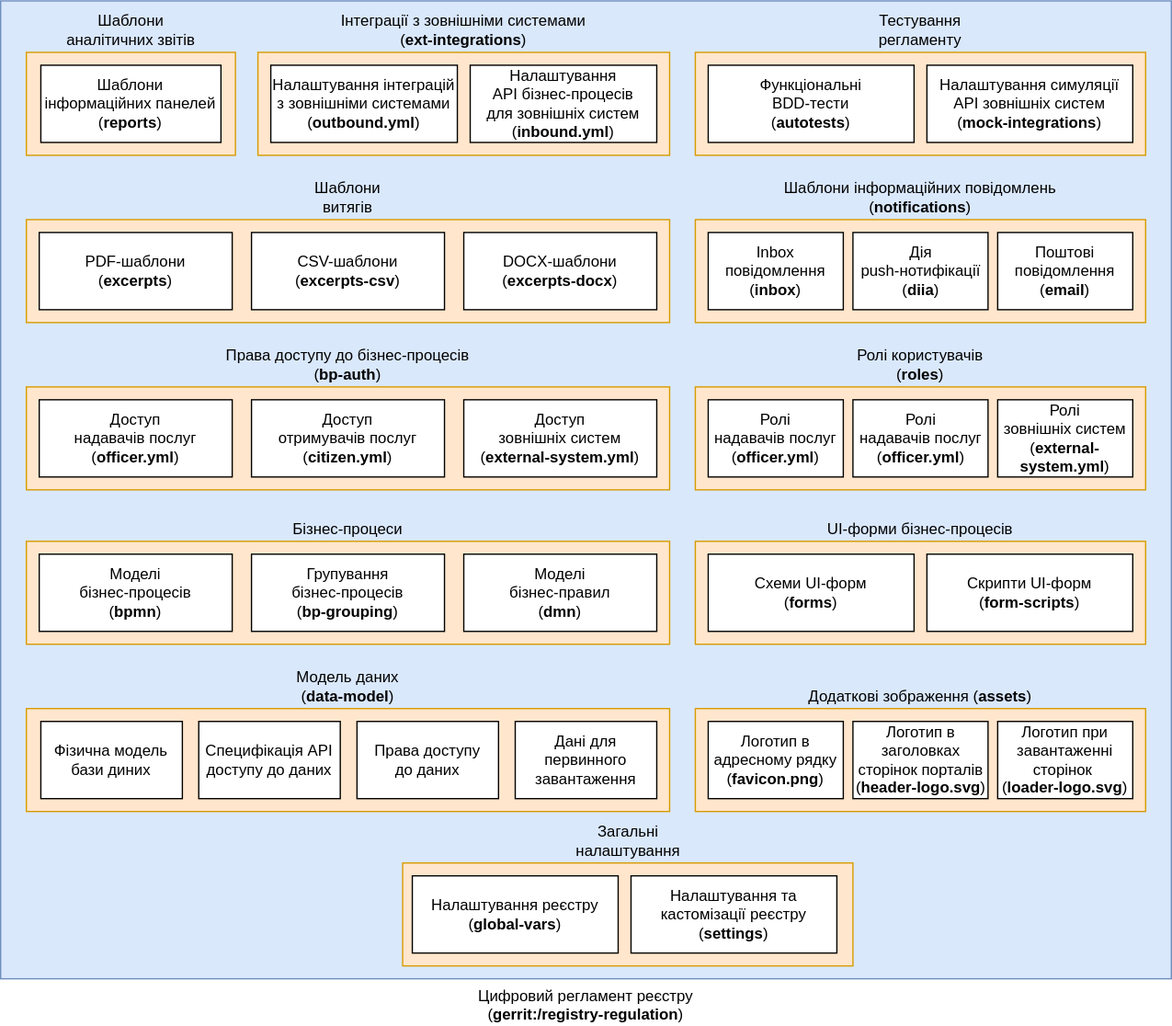
Earlier version of the draw.io export docs/ua/modules/arch/images/architecture/registry/administrative/regulation-management/registry-regulation/regulation-structure.svg (epam/edp-ddm-architecture). Source tidied: cells renumbered, new cells last; positions are measured from the earlier drawing's top-left corner, leaving out a move shared by most shapes.
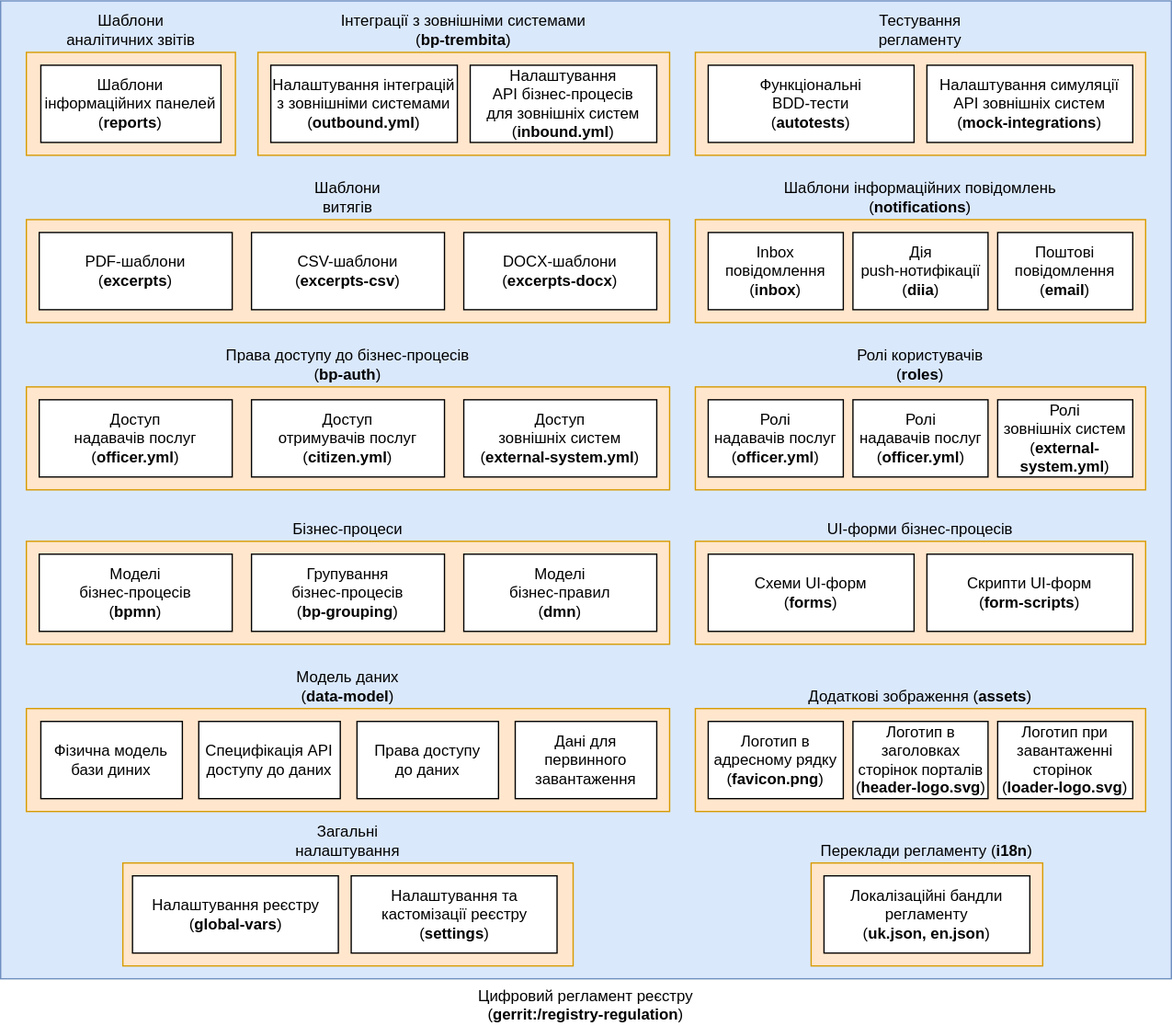
After the change.

Commit message:
[EDP-DDM-31281] Update registry regulation architecture documentation with registry-regulations localization

Diff of the diagram source:
```diff
@@ -8,9 +8,6 @@
     <mxCell id="3" value="Тестування &lt;br&gt;регламенту" style="rounded=0;whiteSpace=wrap;html=1;labelPosition=center;verticalLabelPosition=top;align=center;verticalAlign=bottom;fillColor=#ffe6cc;strokeColor=#d79b00;" parent="1" vertex="1">
       <mxGeometry x="540" y="40" width="350" height="80" as="geometry" />
     </mxCell>
-    <mxCell id="4" value="Додаткові зображення (&lt;b&gt;assets&lt;/b&gt;)" style="rounded=0;whiteSpace=wrap;html=1;labelPosition=center;verticalLabelPosition=top;align=center;verticalAlign=bottom;fillColor=#ffe6cc;strokeColor=#d79b00;" parent="1" vertex="1">
-      <mxGeometry x="540" y="550" width="350" height="80" as="geometry" />
-    </mxCell>
     <mxCell id="5" value="Бізнес-процеси" style="rounded=0;whiteSpace=wrap;html=1;labelPosition=center;verticalLabelPosition=top;align=center;verticalAlign=bottom;fillColor=#ffe6cc;strokeColor=#d79b00;" parent="1" vertex="1">
       <mxGeometry x="20" y="420" width="500" height="80" as="geometry" />
     </mxCell>
@@ -77,7 +74,7 @@
     <mxCell id="26" value="Налаштування симуляції API зовнішніх систем&lt;br style=&quot;border-color: var(--border-color);&quot;&gt;(&lt;b style=&quot;border-color: var(--border-color);&quot;&gt;mock-integrations&lt;/b&gt;)" style="rounded=0;whiteSpace=wrap;html=1;" parent="1" vertex="1">
       <mxGeometry x="720" y="50" width="160" height="60" as="geometry" />
     </mxCell>
-    <mxCell id="27" value="Інтеграції з зовнішніми системами&lt;br style=&quot;border-color: var(--border-color);&quot;&gt;(&lt;b style=&quot;border-color: var(--border-color);&quot;&gt;ext-integrations&lt;/b&gt;)" style="rounded=0;whiteSpace=wrap;html=1;labelPosition=center;verticalLabelPosition=top;align=center;verticalAlign=bottom;fillColor=#ffe6cc;strokeColor=#d79b00;" parent="1" vertex="1">
+    <mxCell id="27" value="Інтеграції з зовнішніми системами&lt;br style=&quot;border-color: var(--border-color);&quot;&gt;(&lt;b style=&quot;border-color: var(--border-color);&quot;&gt;bp-trembita&lt;/b&gt;)" style="rounded=0;whiteSpace=wrap;html=1;labelPosition=center;verticalLabelPosition=top;align=center;verticalAlign=bottom;fillColor=#ffe6cc;strokeColor=#d79b00;" parent="1" vertex="1">
       <mxGeometry x="200" y="40" width="320" height="80" as="geometry" />
     </mxCell>
     <mxCell id="28" value="Налаштування інтеграцій з зовнішніми системами&lt;br&gt;(&lt;b&gt;outbound.yml&lt;/b&gt;)" style="rounded=0;whiteSpace=wrap;html=1;" parent="1" vertex="1">
@@ -116,23 +113,41 @@
     <mxCell id="39" value="Ролі&lt;br&gt;надавачів послуг&lt;br&gt;(&lt;b&gt;officer.yml&lt;/b&gt;)" style="rounded=0;whiteSpace=wrap;html=1;" parent="1" vertex="1">
       <mxGeometry x="662.5" y="310" width="105" height="60" as="geometry" />
     </mxCell>
+    <mxCell id="46" style="group;" parent="1" vertex="1">
+      <mxGeometry x="95" y="670" width="350" height="80" as="geometry" />
+    </mxCell>
-    <mxCell id="40" value="Загальні &lt;br&gt;налаштування" style="rounded=0;whiteSpace=wrap;html=1;labelPosition=center;verticalLabelPosition=top;align=center;verticalAlign=bottom;fillColor=#ffe6cc;strokeColor=#d79b00;" parent="1" vertex="1">
-      <mxGeometry x="312.5" y="670" width="350" height="80" as="geometry" />
+    <mxCell id="40" value="Загальні &lt;br&gt;налаштування" style="rounded=0;whiteSpace=wrap;html=1;labelPosition=center;verticalLabelPosition=top;align=center;verticalAlign=bottom;fillColor=#ffe6cc;strokeColor=#d79b00;" parent="46" vertex="1">
+      <mxGeometry width="350" height="80" as="geometry" />
     </mxCell>
-    <mxCell id="41" value="Налаштування реєстру&lt;br&gt;(&lt;b&gt;global-vars&lt;/b&gt;)" style="rounded=0;whiteSpace=wrap;html=1;" parent="1" vertex="1">
-      <mxGeometry x="320" y="680" width="160" height="60" as="geometry" />
+    <mxCell id="41" value="Налаштування реєстру&lt;br&gt;(&lt;b&gt;global-vars&lt;/b&gt;)" style="rounded=0;whiteSpace=wrap;html=1;" parent="46" vertex="1">
+      <mxGeometry x="7.5" y="10" width="160" height="60" as="geometry" />
     </mxCell>
-    <mxCell id="42" value="Налаштування та кастомізації реєстру&lt;br&gt;(&lt;b&gt;settings&lt;/b&gt;)" style="rounded=0;whiteSpace=wrap;html=1;" parent="1" vertex="1">
-      <mxGeometry x="490" y="680" width="160" height="60" as="geometry" />
+    <mxCell id="42" value="Налаштування та кастомізації реєстру&lt;br&gt;(&lt;b&gt;settings&lt;/b&gt;)" style="rounded=0;whiteSpace=wrap;html=1;" parent="46" vertex="1">
+      <mxGeometry x="177.5" y="10" width="160" height="60" as="geometry" />
     </mxCell>
+    <mxCell id="47" style="group;" parent="1" vertex="1">
+      <mxGeometry x="540" y="550" width="350" height="80" as="geometry" />
+    </mxCell>
+    <mxCell id="4" value="Додаткові зображення (&lt;b&gt;assets&lt;/b&gt;)" style="rounded=0;whiteSpace=wrap;html=1;labelPosition=center;verticalLabelPosition=top;align=center;verticalAlign=bottom;fillColor=#ffe6cc;strokeColor=#d79b00;" parent="47" vertex="1">
+      <mxGeometry width="350" height="80" as="geometry" />
+    </mxCell>
-    <mxCell id="43" value="Логотип в адресному рядку&lt;br&gt;(&lt;b&gt;favicon.png&lt;/b&gt;)" style="rounded=0;whiteSpace=wrap;html=1;" parent="1" vertex="1">
-      <mxGeometry x="550" y="560" width="105" height="60" as="geometry" />
+    <mxCell id="43" value="Логотип в адресному рядку&lt;br&gt;(&lt;b&gt;favicon.png&lt;/b&gt;)" style="rounded=0;whiteSpace=wrap;html=1;" parent="47" vertex="1">
+      <mxGeometry x="10" y="10" width="105" height="60" as="geometry" />
     </mxCell>
-    <mxCell id="44" value="Логотип в заголовках сторінок порталів&lt;br&gt;(&lt;b&gt;header-logo.svg&lt;/b&gt;)" style="rounded=0;whiteSpace=wrap;html=1;" parent="1" vertex="1">
-      <mxGeometry x="662.5" y="560" width="105" height="60" as="geometry" />
+    <mxCell id="44" value="Логотип в заголовках сторінок порталів&lt;br&gt;(&lt;b&gt;header-logo.svg&lt;/b&gt;)" style="rounded=0;whiteSpace=wrap;html=1;" parent="47" vertex="1">
+      <mxGeometry x="122.5" y="10" width="105" height="60" as="geometry" />
     </mxCell>
-    <mxCell id="45" value="Логотип при завантаженні сторінок&amp;nbsp;&lt;br&gt;(&lt;b&gt;loader-logo.svg&lt;/b&gt;)" style="rounded=0;whiteSpace=wrap;html=1;" parent="1" vertex="1">
-      <mxGeometry x="775" y="560" width="105" height="60" as="geometry" />
+    <mxCell id="45" value="Логотип при завантаженні сторінок&amp;nbsp;&lt;br&gt;(&lt;b&gt;loader-logo.svg&lt;/b&gt;)" style="rounded=0;whiteSpace=wrap;html=1;" parent="47" vertex="1">
+      <mxGeometry x="235" y="10" width="105" height="60" as="geometry" />
     </mxCell>
+    <mxCell id="48" style="group;" parent="1" vertex="1">
+      <mxGeometry x="630" y="670" width="180" height="80" as="geometry" />
+    </mxCell>
+    <mxCell id="49" value="Переклади регламенту (&lt;b&gt;i18n&lt;/b&gt;)" style="rounded=0;whiteSpace=wrap;html=1;labelPosition=center;verticalLabelPosition=top;align=center;verticalAlign=bottom;fillColor=#ffe6cc;strokeColor=#d79b00;" parent="48" vertex="1">
+      <mxGeometry width="180" height="80" as="geometry" />
+    </mxCell>
+    <mxCell id="50" value="Локалізаційні бандли регламенту&lt;br&gt;(&lt;b&gt;uk.json, en.json&lt;/b&gt;)" style="rounded=0;whiteSpace=wrap;html=1;" parent="48" vertex="1">
+      <mxGeometry x="10" y="10" width="160" height="60" as="geometry" />
+    </mxCell>
   </root>
 </mxGraphModel>
```
